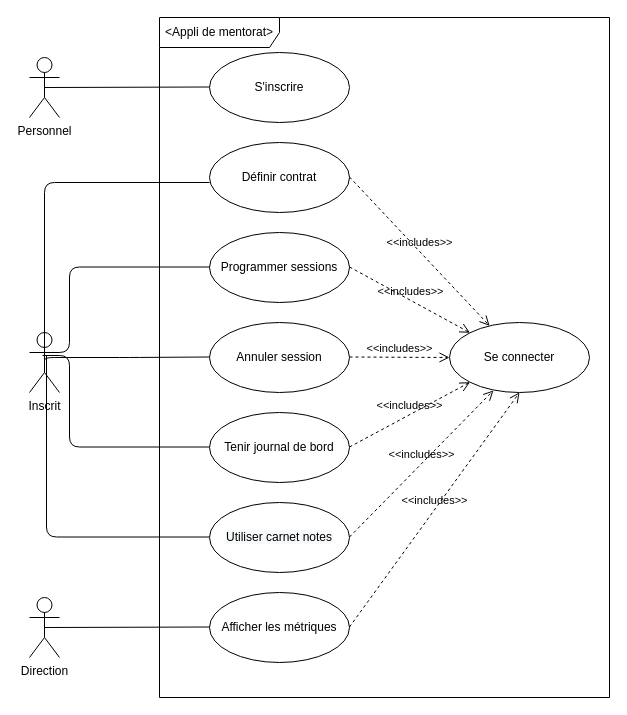
This is page "User stories" (1 of 5) of UseCasesDiagram.drawio from emmo78/Project_ConceptionOfMentorApp, a draw.io file, before an edit. Source tidied: cells renumbered, new cells numbered last; positions are measured from the earlier drawing's top-left corner, leaving out a move shared by most shapes. Both pictures are drawn from the tidied source at 100%, with x=0, y=0 at pixel (29, 17).
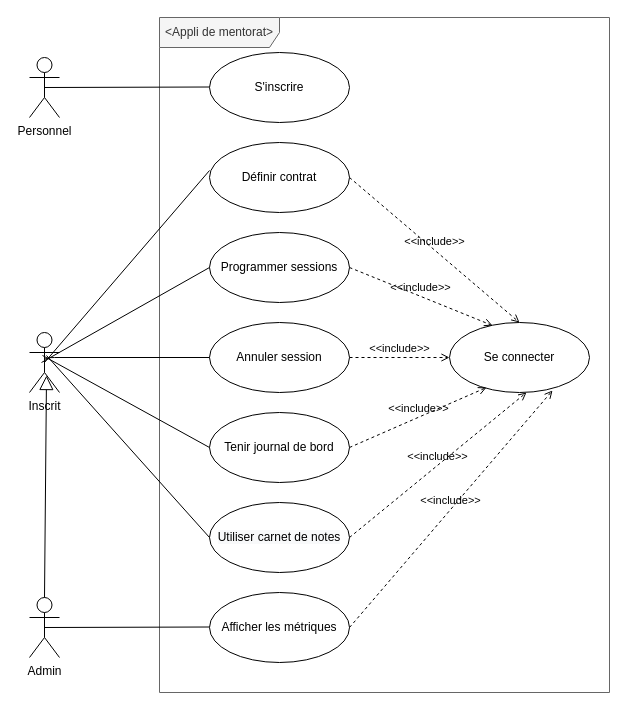
Above is the later version.

Commit message (it also covers changes not shown here):
feat : DUC continued

Unchanged cells that the change refers to:
```xml
<mxCell id="4" value="Définir contrat" style="ellipse;whiteSpace=wrap;html=1;" parent="1" vertex="1">
  <mxGeometry x="180" y="125" width="140" height="70" as="geometry" />
</mxCell>
<mxCell id="5" value="Programmer sessions" style="ellipse;whiteSpace=wrap;html=1;" parent="1" vertex="1">
  <mxGeometry x="180" y="215" width="140" height="70" as="geometry" />
</mxCell>
<mxCell id="6" value="Annuler session" style="ellipse;whiteSpace=wrap;html=1;" parent="1" vertex="1">
  <mxGeometry x="180" y="305" width="140" height="70" as="geometry" />
</mxCell>
<mxCell id="7" value="Tenir journal de bord" style="ellipse;whiteSpace=wrap;html=1;" parent="1" vertex="1">
  <mxGeometry x="180" y="395" width="140" height="70" as="geometry" />
</mxCell>
<mxCell id="9" value="Afficher les métriques" style="ellipse;whiteSpace=wrap;html=1;" parent="1" vertex="1">
  <mxGeometry x="180" y="575" width="140" height="70" as="geometry" />
</mxCell>
<mxCell id="10" value="Se connecter" style="ellipse;whiteSpace=wrap;html=1;" parent="1" vertex="1">
  <mxGeometry x="420" y="305" width="140" height="70" as="geometry" />
</mxCell>
<mxCell id="11" value="Inscrit" style="shape=umlActor;verticalLabelPosition=bottom;verticalAlign=top;html=1;" parent="1" vertex="1">
  <mxGeometry y="315" width="30" height="60" as="geometry" />
</mxCell>
<mxCell id="12" value="Personnel" style="shape=umlActor;verticalLabelPosition=bottom;verticalAlign=top;html=1;" parent="1" vertex="1">
  <mxGeometry y="40" width="30" height="60" as="geometry" />
</mxCell>
```

The edit, as a diff of the source:
```diff
@@
-    <mxCell id="2" value="&amp;lt;Appli de mentorat&amp;gt;" style="shape=umlFrame;whiteSpace=wrap;html=1;width=120;height=30;" parent="1" vertex="1">
-      <mxGeometry x="130" width="450" height="680" as="geometry" />
+    <mxCell id="2" value="&amp;lt;Appli de mentorat&amp;gt;" style="shape=umlFrame;whiteSpace=wrap;html=1;width=120;height=30;fillColor=#f5f5f5;strokeColor=#666666;fontColor=#333333;" parent="1" vertex="1">
+      <mxGeometry x="130" width="450" height="675" as="geometry" />
     </mxCell>
@@
-    <mxCell id="8" value="&lt;span style=&quot;color: rgb(0 , 0 , 0) ; font-family: &amp;#34;helvetica&amp;#34; ; font-size: 12px ; font-style: normal ; font-weight: 400 ; letter-spacing: normal ; text-align: center ; text-indent: 0px ; text-transform: none ; word-spacing: 0px ; background-color: rgb(248 , 249 , 250) ; display: inline ; float: none&quot;&gt;Utiliser carnet notes&lt;/span&gt;" style="ellipse;whiteSpace=wrap;html=1;" parent="1" vertex="1">
+    <mxCell id="8" value="&lt;span style=&quot;color: rgb(0 , 0 , 0) ; font-family: &amp;#34;helvetica&amp;#34; ; font-size: 12px ; font-style: normal ; font-weight: 400 ; letter-spacing: normal ; text-align: center ; text-indent: 0px ; text-transform: none ; word-spacing: 0px ; background-color: rgb(248 , 249 , 250) ; display: inline ; float: none&quot;&gt;Utiliser carnet de notes&lt;/span&gt;" style="ellipse;whiteSpace=wrap;html=1;" parent="1" vertex="1">
       <mxGeometry x="180" y="485" width="140" height="70" as="geometry" />
     </mxCell>
@@
-    <mxCell id="13" style="endArrow=none;html=1;edgeStyle=orthogonalEdgeStyle;exitX=0.5;exitY=0.5;exitDx=0;exitDy=0;exitPerimeter=0;" parent="1" edge="1" source="12">
+    <mxCell id="13" style="endArrow=none;html=1;exitX=0.5;exitY=0.5;exitDx=0;exitDy=0;exitPerimeter=0;" parent="1" edge="1" source="12">
       <mxGeometry relative="1" as="geometry">
         <mxPoint x="180" y="69.5" as="targetPoint" />
       </mxGeometry>
     </mxCell>
-    <mxCell id="14" style="endArrow=none;html=1;edgeStyle=orthogonalEdgeStyle;exitX=0.5;exitY=0.5;exitDx=0;exitDy=0;exitPerimeter=0;" parent="1" edge="1" source="11">
-      <mxGeometry relative="1" as="geometry">
-        <mxPoint x="180" y="165" as="targetPoint" />
-        <Array as="points">
-          <mxPoint x="15" y="165" />
-        </Array>
-      </mxGeometry>
+    <mxCell id="14" style="endArrow=none;html=1;exitX=0.5;exitY=0.5;exitDx=0;exitDy=0;exitPerimeter=0;entryX=0;entryY=0.4;entryDx=0;entryDy=0;entryPerimeter=0;" parent="1" edge="1" source="11" target="4">
+      <mxGeometry relative="1" as="geometry" />
     </mxCell>
-    <mxCell id="15" style="endArrow=none;html=1;edgeStyle=orthogonalEdgeStyle;exitX=0.4;exitY=0.333;exitDx=0;exitDy=0;exitPerimeter=0;" parent="1" edge="1" source="11">
+    <mxCell id="15" style="endArrow=none;html=1;entryX=0;entryY=0.5;entryDx=0;entryDy=0;" parent="1" edge="1" target="5">
       <mxGeometry relative="1" as="geometry">
-        <mxPoint x="180" y="249.5" as="targetPoint" />
-        <Array as="points">
-          <mxPoint x="40" y="335" />
-          <mxPoint x="40" y="250" />
-        </Array>
+        <mxPoint x="12" y="345" as="sourcePoint" />
       </mxGeometry>
     </mxCell>
-    <mxCell id="16" style="endArrow=none;html=1;edgeStyle=orthogonalEdgeStyle;exitX=0.5;exitY=0.5;exitDx=0;exitDy=0;exitPerimeter=0;" parent="1" edge="1" source="11">
+    <mxCell id="16" style="endArrow=none;html=1;edgeStyle=orthogonalEdgeStyle;exitX=0.5;exitY=0.5;exitDx=0;exitDy=0;exitPerimeter=0;" parent="1" edge="1" source="11" target="6">
       <mxGeometry relative="1" as="geometry">
-        <mxPoint x="180" y="339.5" as="targetPoint" />
         <Array as="points">
           <mxPoint x="15" y="340" />
-          <mxPoint x="100" y="340" />
         </Array>
       </mxGeometry>
     </mxCell>
-    <mxCell id="17" style="endArrow=none;html=1;edgeStyle=orthogonalEdgeStyle;exitX=0.433;exitY=0.383;exitDx=0;exitDy=0;exitPerimeter=0;" parent="1" edge="1" source="11">
-      <mxGeometry relative="1" as="geometry">
-        <mxPoint x="180" y="429.5" as="targetPoint" />
-        <Array as="points">
-          <mxPoint x="40" y="338" />
-          <mxPoint x="40" y="430" />
-        </Array>
-      </mxGeometry>
+    <mxCell id="17" style="endArrow=none;html=1;exitX=0.433;exitY=0.383;exitDx=0;exitDy=0;exitPerimeter=0;entryX=0;entryY=0.5;entryDx=0;entryDy=0;" parent="1" edge="1" source="11" target="7">
+      <mxGeometry relative="1" as="geometry" />
     </mxCell>
-    <mxCell id="18" style="endArrow=none;html=1;edgeStyle=orthogonalEdgeStyle;exitX=0.567;exitY=0.383;exitDx=0;exitDy=0;exitPerimeter=0;" parent="1" edge="1" source="11">
-      <mxGeometry relative="1" as="geometry">
-        <mxPoint x="180" y="519.5" as="targetPoint" />
-        <Array as="points">
-          <mxPoint x="17" y="520" />
-        </Array>
-      </mxGeometry>
+    <mxCell id="18" style="endArrow=none;html=1;exitX=0.567;exitY=0.383;exitDx=0;exitDy=0;exitPerimeter=0;entryX=0;entryY=0.5;entryDx=0;entryDy=0;" parent="1" edge="1" source="11" target="8">
+      <mxGeometry relative="1" as="geometry" />
     </mxCell>
-    <mxCell id="19" value="Direction" style="shape=umlActor;verticalLabelPosition=bottom;verticalAlign=top;html=1;" parent="1" vertex="1">
+    <mxCell id="19" value="Admin" style="shape=umlActor;verticalLabelPosition=bottom;verticalAlign=top;html=1;" parent="1" vertex="1">
       <mxGeometry y="580" width="30" height="60" as="geometry" />
     </mxCell>
-    <mxCell id="20" style="endArrow=none;html=1;edgeStyle=orthogonalEdgeStyle;exitX=0.5;exitY=0.5;exitDx=0;exitDy=0;exitPerimeter=0;" parent="1" edge="1" source="19">
+    <mxCell id="20" style="endArrow=none;html=1;exitX=0.5;exitY=0.5;exitDx=0;exitDy=0;exitPerimeter=0;" parent="1" edge="1" source="19">
       <mxGeometry relative="1" as="geometry">
         <mxPoint x="180" y="609.5" as="targetPoint" />
       </mxGeometry>
     </mxCell>
-    <mxCell id="21" value="&amp;lt;&amp;lt;includes&amp;gt;&amp;gt;" style="endArrow=open;startArrow=none;endFill=0;startFill=0;endSize=8;html=1;verticalAlign=bottom;dashed=1;labelBackgroundColor=none;" parent="1" edge="1" target="10">
-      <mxGeometry relative="1" as="geometry">
-        <mxPoint x="320" y="159.5" as="sourcePoint" />
-      </mxGeometry>
-    </mxCell>
-    <mxCell id="22" value="&amp;lt;&amp;lt;includes&amp;gt;&amp;gt;" style="endArrow=open;startArrow=none;endFill=0;startFill=0;endSize=8;html=1;verticalAlign=bottom;dashed=1;labelBackgroundColor=none;entryX=0.5;entryY=1;entryDx=0;entryDy=0;" parent="1" edge="1" target="10">
-      <mxGeometry relative="1" as="geometry">
-        <mxPoint x="320" y="609.5" as="sourcePoint" />
-      </mxGeometry>
-    </mxCell>
-    <mxCell id="23" value="&amp;lt;&amp;lt;includes&amp;gt;&amp;gt;" style="endArrow=open;startArrow=none;endFill=0;startFill=0;endSize=8;html=1;verticalAlign=bottom;dashed=1;labelBackgroundColor=none;entryX=0;entryY=0;entryDx=0;entryDy=0;" parent="1" edge="1" target="10">
-      <mxGeometry relative="1" as="geometry">
-        <mxPoint x="320" y="249.5" as="sourcePoint" />
-      </mxGeometry>
-    </mxCell>
-    <mxCell id="24" value="&amp;lt;&amp;lt;includes&amp;gt;&amp;gt;" style="endArrow=open;startArrow=none;endFill=0;startFill=0;endSize=8;html=1;verticalAlign=bottom;dashed=1;labelBackgroundColor=none;entryX=0;entryY=0.5;entryDx=0;entryDy=0;" parent="1" edge="1" target="10">
-      <mxGeometry relative="1" as="geometry">
-        <mxPoint x="320" y="339.5" as="sourcePoint" />
-      </mxGeometry>
-    </mxCell>
-    <mxCell id="25" value="&amp;lt;&amp;lt;includes&amp;gt;&amp;gt;" style="endArrow=open;startArrow=none;endFill=0;startFill=0;endSize=8;html=1;verticalAlign=bottom;dashed=1;labelBackgroundColor=none;entryX=0;entryY=1;entryDx=0;entryDy=0;" parent="1" edge="1" target="10">
-      <mxGeometry relative="1" as="geometry">
-        <mxPoint x="320" y="429.5" as="sourcePoint" />
-      </mxGeometry>
-    </mxCell>
-    <mxCell id="26" value="&amp;lt;&amp;lt;includes&amp;gt;&amp;gt;" style="endArrow=open;startArrow=none;endFill=0;startFill=0;endSize=8;html=1;verticalAlign=bottom;dashed=1;labelBackgroundColor=none;entryX=0.314;entryY=0.971;entryDx=0;entryDy=0;entryPerimeter=0;" parent="1" edge="1" target="10">
-      <mxGeometry relative="1" as="geometry">
-        <mxPoint x="320" y="519.5" as="sourcePoint" />
-      </mxGeometry>
-    </mxCell>
+    <mxCell id="27" value="&amp;lt;&amp;lt;include&amp;gt;&amp;gt;" style="html=1;verticalAlign=bottom;labelBackgroundColor=none;endArrow=open;endFill=0;dashed=1;strokeWidth=1;entryX=0;entryY=0.5;entryDx=0;entryDy=0;exitX=1;exitY=0.5;exitDx=0;exitDy=0;" parent="1" edge="1" source="6" target="10">
+      <mxGeometry relative="1" as="geometry" />
+    </mxCell>
+    <mxCell id="28" value="&amp;lt;&amp;lt;include&amp;gt;&amp;gt;" style="html=1;verticalAlign=bottom;labelBackgroundColor=none;endArrow=open;endFill=0;dashed=1;strokeWidth=1;exitX=1;exitY=0.5;exitDx=0;exitDy=0;entryX=0.307;entryY=0.043;entryDx=0;entryDy=0;entryPerimeter=0;" parent="1" edge="1" source="5" target="10">
+      <mxGeometry relative="1" as="geometry" />
+    </mxCell>
+    <mxCell id="29" value="&amp;lt;&amp;lt;include&amp;gt;&amp;gt;" style="html=1;verticalAlign=bottom;labelBackgroundColor=none;endArrow=open;endFill=0;dashed=1;strokeWidth=1;entryX=0.5;entryY=0;entryDx=0;entryDy=0;exitX=1;exitY=0.5;exitDx=0;exitDy=0;" parent="1" edge="1" source="4" target="10">
+      <mxGeometry relative="1" as="geometry" />
+    </mxCell>
+    <mxCell id="30" value="&amp;lt;&amp;lt;include&amp;gt;&amp;gt;" style="html=1;verticalAlign=bottom;labelBackgroundColor=none;endArrow=open;endFill=0;dashed=1;strokeWidth=1;exitX=1;exitY=0.5;exitDx=0;exitDy=0;entryX=0.264;entryY=0.929;entryDx=0;entryDy=0;entryPerimeter=0;" parent="1" edge="1" source="7" target="10">
+      <mxGeometry relative="1" as="geometry" />
+    </mxCell>
+    <mxCell id="31" value="&amp;lt;&amp;lt;include&amp;gt;&amp;gt;" style="html=1;verticalAlign=bottom;labelBackgroundColor=none;endArrow=open;endFill=0;dashed=1;strokeWidth=1;entryX=0.55;entryY=1;entryDx=0;entryDy=0;entryPerimeter=0;exitX=1;exitY=0.5;exitDx=0;exitDy=0;" parent="1" edge="1" source="8" target="10">
+      <mxGeometry relative="1" as="geometry" />
+    </mxCell>
+    <mxCell id="32" value="&amp;lt;&amp;lt;include&amp;gt;&amp;gt;" style="html=1;verticalAlign=bottom;labelBackgroundColor=none;endArrow=open;endFill=0;dashed=1;strokeWidth=1;exitX=1;exitY=0.5;exitDx=0;exitDy=0;entryX=0.736;entryY=0.971;entryDx=0;entryDy=0;entryPerimeter=0;" parent="1" edge="1" source="9" target="10">
+      <mxGeometry relative="1" as="geometry" />
+    </mxCell>
+    <mxCell id="33" style="endArrow=block;endFill=0;endSize=12;html=1;strokeWidth=1;entryX=0.567;entryY=0.717;entryDx=0;entryDy=0;entryPerimeter=0;exitX=0.5;exitY=0;exitDx=0;exitDy=0;exitPerimeter=0;" parent="1" edge="1" source="19" target="11">
+      <mxGeometry relative="1" as="geometry" />
+    </mxCell>
```
